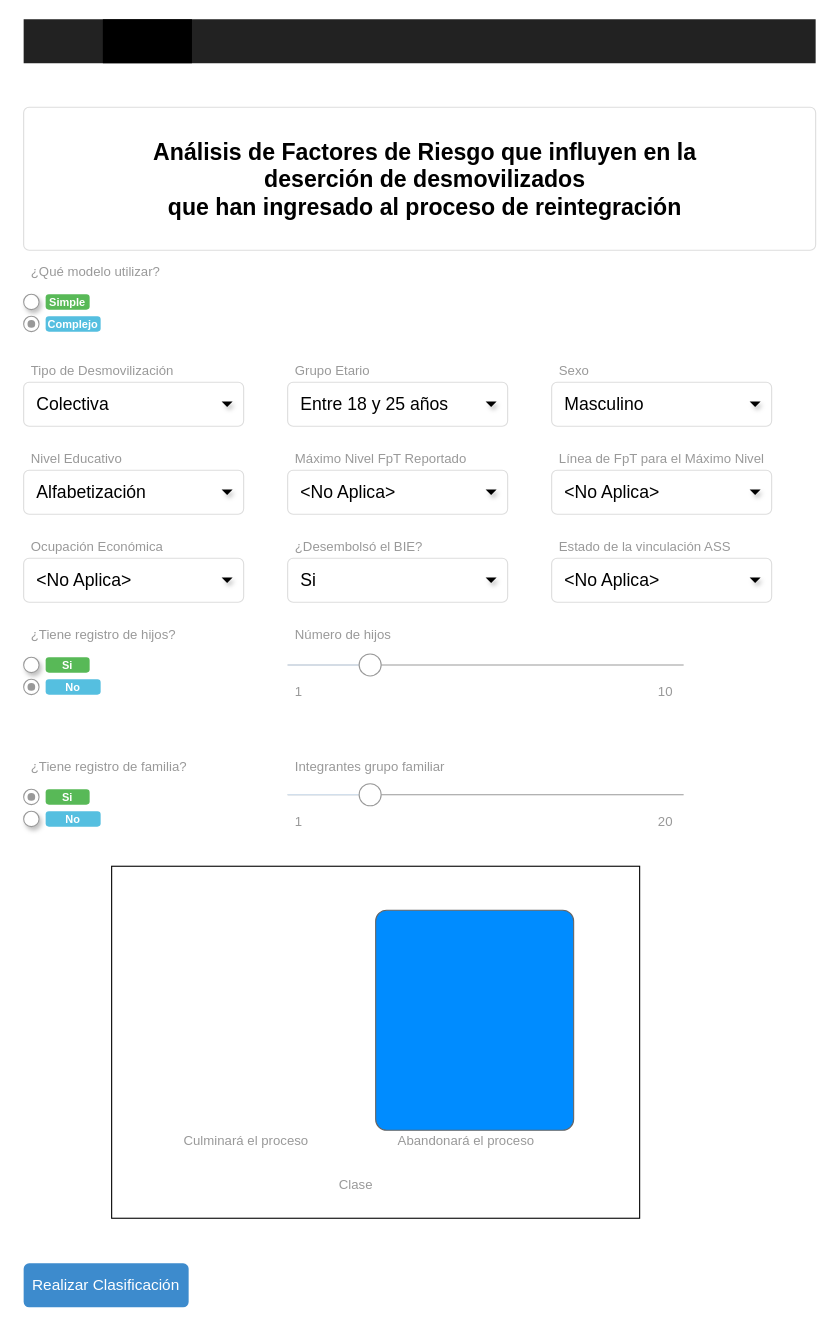
The draw.io diagram page "Complejo" (2 of 2) of mockups/MAIA Proyecto Desarrollo - Mockups UI.drawio in ojcastaneda/Proyecto-Desarrollo-de-Soluciones, before the edit. Source tidied: cells renumbered, new cells numbered last; positions are measured from the earlier drawing's top-left corner, leaving out a move shared by most shapes. Both pictures are drawn from the tidied source at 110%, with x=0, y=0 at pixel (23, 19).
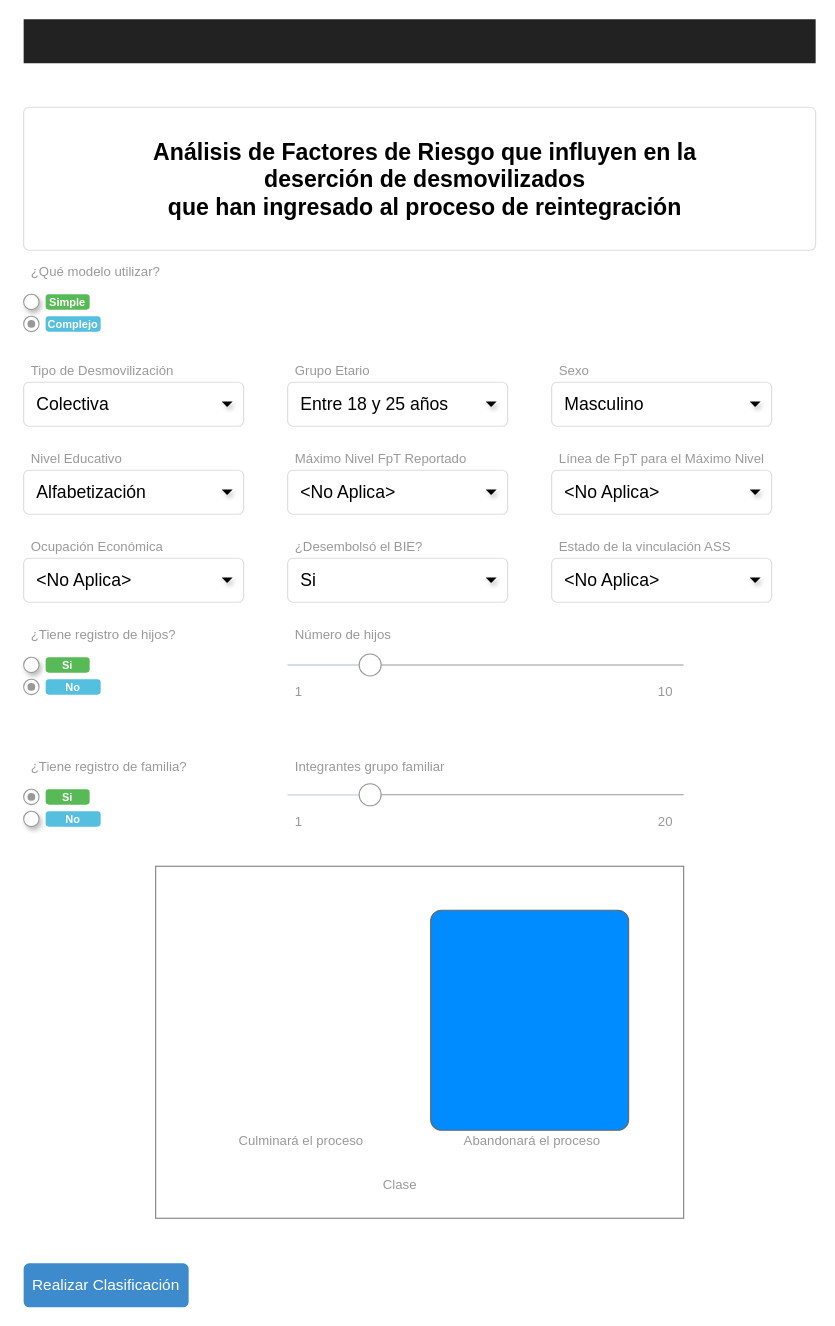
After the change.

The change refers to these unchanged cells:
```xml
<mxCell id="4" style="html=1;shadow=0;dashed=0;shape=mxgraph.bootstrap.rect;fillColor=#222222;strokeColor=none;whiteSpace=wrap;rounded=0;fontSize=12;fontColor=#000000;align=center;" parent="1" vertex="1">
  <mxGeometry width="720" height="40" as="geometry" />
</mxCell>
```

What changed in the source:
```diff
@@
-    <mxCell id="2" style="rounded=0;whiteSpace=wrap;html=1;" parent="1" vertex="1">
-      <mxGeometry x="80" y="770" width="480" height="320" as="geometry" />
-    </mxCell>
@@
-    <mxCell id="5" style="html=1;shadow=0;dashed=0;shape=mxgraph.bootstrap.rect;fillColor=#000000;strokeColor=none;fontColor=#ffffff;spacingRight=30;whiteSpace=wrap;" parent="4" vertex="1">
-      <mxGeometry x="72" width="81" height="40" as="geometry" />
-    </mxCell>
@@
-    <mxCell id="57" style="strokeWidth=1;shadow=0;dashed=0;align=center;html=1;shape=mxgraph.mockup.buttons.multiButton;fillColor=#008cff;strokeColor=#666666;mainText=;subText=;fontSize=13;fontColor=#0066CC;" parent="1" vertex="1">
-      <mxGeometry x="320" y="810" width="180" height="200" as="geometry" />
-    </mxCell>
+    <mxCell id="63" style="rounded=0;whiteSpace=wrap;html=1;strokeColor=#808080;" parent="1" vertex="1">
+      <mxGeometry x="120" y="770" width="480" height="320" as="geometry" />
+    </mxCell>
+    <mxCell id="64" style="strokeWidth=1;shadow=0;dashed=0;align=center;html=1;shape=mxgraph.mockup.buttons.multiButton;fillColor=#008cff;strokeColor=#666666;mainText=;subText=;fontSize=13;fontColor=#0066CC;" parent="1" vertex="1">
+      <mxGeometry x="370" y="810" width="180" height="200" as="geometry" />
+    </mxCell>
-    <mxCell id="58" style="strokeWidth=1;shadow=0;dashed=0;align=center;html=1;shape=mxgraph.mockup.anchor;fontSize=16;fontColor=#ffffff;fontStyle=1;whiteSpace=wrap;" parent="57" vertex="1">
+    <mxCell id="58" style="strokeWidth=1;shadow=0;dashed=0;align=center;html=1;shape=mxgraph.mockup.anchor;fontSize=16;fontColor=#ffffff;fontStyle=1;whiteSpace=wrap;" parent="64" vertex="1">
       <mxGeometry y="32" width="160" height="80" as="geometry" />
     </mxCell>
-    <mxCell id="59" style="strokeWidth=1;shadow=0;dashed=0;align=center;html=1;shape=mxgraph.mockup.anchor;fontSize=12;fontColor=#ffffff;fontStyle=1;whiteSpace=wrap;" parent="57" vertex="1">
+    <mxCell id="59" style="strokeWidth=1;shadow=0;dashed=0;align=center;html=1;shape=mxgraph.mockup.anchor;fontSize=12;fontColor=#ffffff;fontStyle=1;whiteSpace=wrap;" parent="64" vertex="1">
       <mxGeometry y="120" width="160" height="40" as="geometry" />
     </mxCell>
     <mxCell id="60" value="Abandonará el proceso" style="html=1;shadow=0;dashed=0;shape=mxgraph.bootstrap.rect;strokeColor=none;fillColor=none;fontColor=#999999;align=center;spacingLeft=5;whiteSpace=wrap;rounded=0;" parent="1" vertex="1">
-      <mxGeometry x="320" y="1010" width="160" height="20" as="geometry" />
+      <mxGeometry x="370" y="1010" width="180" height="20" as="geometry" />
     </mxCell>
     <mxCell id="61" value="Culminará el proceso" style="html=1;shadow=0;dashed=0;shape=mxgraph.bootstrap.rect;strokeColor=none;fillColor=none;fontColor=#999999;align=center;spacingLeft=5;whiteSpace=wrap;rounded=0;" parent="1" vertex="1">
-      <mxGeometry x="120" y="1010" width="160" height="20" as="geometry" />
+      <mxGeometry x="160" y="1010" width="180" height="20" as="geometry" />
     </mxCell>
     <mxCell id="62" value="Clase" style="html=1;shadow=0;dashed=0;shape=mxgraph.bootstrap.rect;strokeColor=none;fillColor=none;fontColor=#999999;align=left;spacingLeft=5;whiteSpace=wrap;rounded=0;" parent="1" vertex="1">
-      <mxGeometry x="280" y="1050" width="60" height="20" as="geometry" />
+      <mxGeometry x="320" y="1050" width="60" height="20" as="geometry" />
     </mxCell>
```
